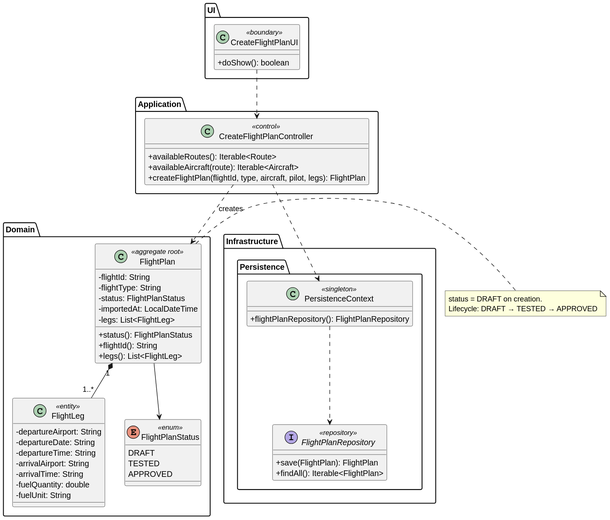
Before: docs/Sprint 3/EAPLI/US080/svg/US080-class-diagram.svg, a diagram exported from PlantUML (DuartePinto1240/sem4pi2526-sem4pi2526_2da2).
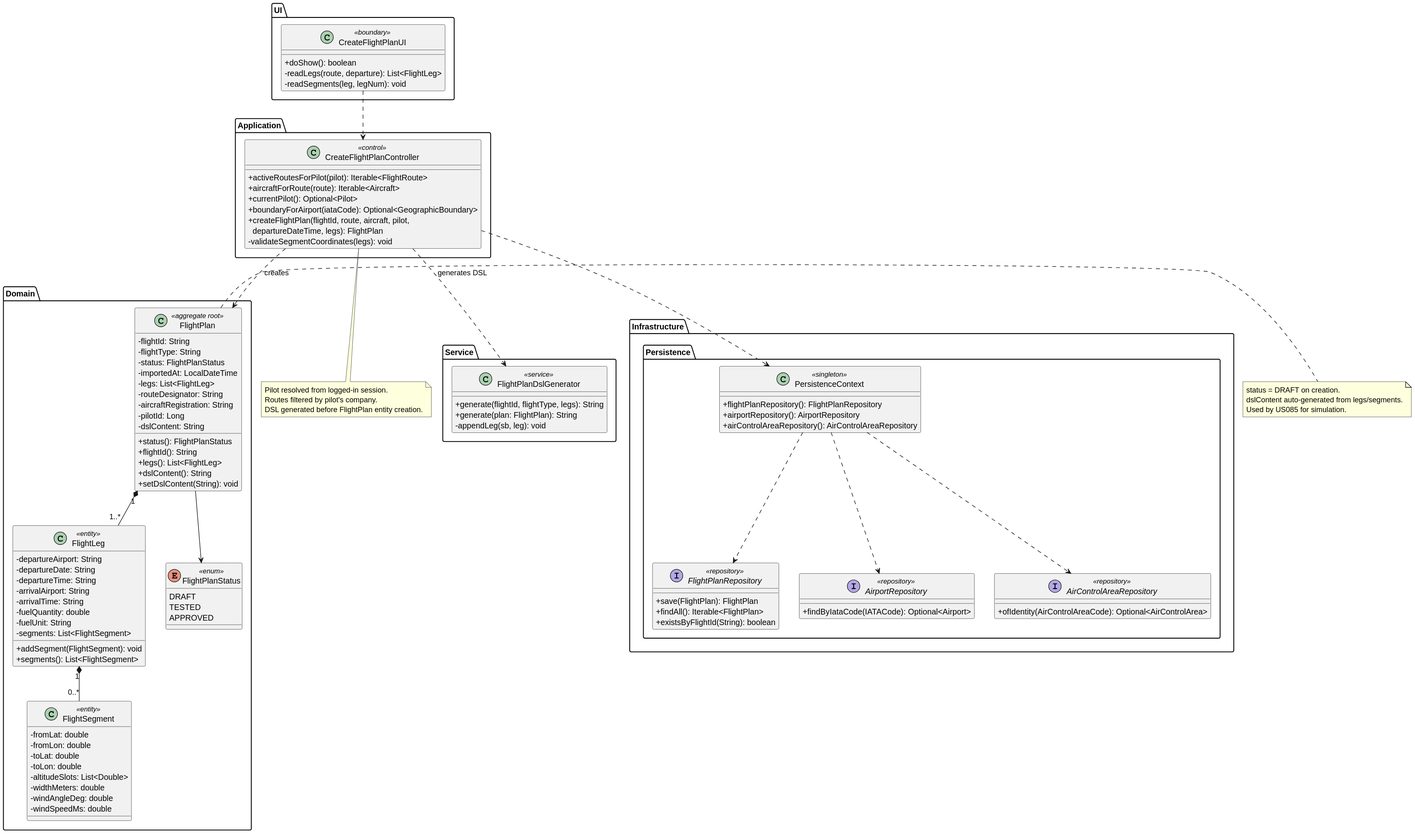
After the commit.

What changed in the source:
```diff
@@ -4,14 +4,19 @@
 package "UI" {
   class CreateFlightPlanUI <<boundary>> {
     +doShow(): boolean
+    -readLegs(route, departure): List<FlightLeg>
+    -readSegments(leg, legNum): void
   }
 }
 
 package "Application" {
   class CreateFlightPlanController <<control>> {
-    +availableRoutes(): Iterable<Route>
-    +availableAircraft(route): Iterable<Aircraft>
-    +createFlightPlan(flightId, type, aircraft, pilot, legs): FlightPlan
+    +activeRoutesForPilot(pilot): Iterable<FlightRoute>
+    +aircraftForRoute(route): Iterable<Aircraft>
+    +currentPilot(): Optional<Pilot>
+    +boundaryForAirport(iataCode): Optional<GeographicBoundary>
+    +createFlightPlan(flightId, route, aircraft, pilot,\n  departureDateTime, legs): FlightPlan
+    -validateSegmentCoordinates(legs): void
   }
 }
 
@@ -22,9 +27,15 @@
     -status: FlightPlanStatus
     -importedAt: LocalDateTime
     -legs: List<FlightLeg>
+    -routeDesignator: String
+    -aircraftRegistration: String
+    -pilotId: Long
+    -dslContent: String
     +status(): FlightPlanStatus
     +flightId(): String
     +legs(): List<FlightLeg>
+    +dslContent(): String
+    +setDslContent(String): void
   }
   class FlightLeg <<entity>> {
     -departureAirport: String
@@ -34,6 +45,19 @@
     -arrivalTime: String
     -fuelQuantity: double
     -fuelUnit: String
+    -segments: List<FlightSegment>
+    +addSegment(FlightSegment): void
+    +segments(): List<FlightSegment>
+  }
+  class FlightSegment <<entity>> {
+    -fromLat: double
+    -fromLon: double
+    -toLat: double
+    -toLon: double
+    -altitudeSlots: List<Double>
+    -widthMeters: double
+    -windAngleDeg: double
+    -windSpeedMs: double
   }
   enum FlightPlanStatus <<enum>> {
     DRAFT
@@ -42,25 +66,53 @@
   }
 }
 
+package "Service" {
+  class FlightPlanDslGenerator <<service>> {
+    +generate(flightId, flightType, legs): String
+    +generate(plan: FlightPlan): String
+    -appendLeg(sb, leg): void
+  }
+}
+
 package "Infrastructure.Persistence" {
   class PersistenceContext <<singleton>> {
     +flightPlanRepository(): FlightPlanRepository
+    +airportRepository(): AirportRepository
+    +airControlAreaRepository(): AirControlAreaRepository
   }
   interface FlightPlanRepository <<repository>> {
     +save(FlightPlan): FlightPlan
     +findAll(): Iterable<FlightPlan>
+    +existsByFlightId(String): boolean
+  }
+  interface AirportRepository <<repository>> {
+    +findByIataCode(IATACode): Optional<Airport>
+  }
+  interface AirControlAreaRepository <<repository>> {
+    +ofIdentity(AirControlAreaCode): Optional<AirControlArea>
   }
 }
 
 CreateFlightPlanUI ..> CreateFlightPlanController
+CreateFlightPlanController ..> FlightPlanDslGenerator : generates DSL
 CreateFlightPlanController ..> FlightPlan : creates
 CreateFlightPlanController ..> PersistenceContext
 FlightPlan "1" *-- "1..*" FlightLeg
+FlightLeg "1" *-- "0..*" FlightSegment
 FlightPlan --> FlightPlanStatus
 PersistenceContext ..> FlightPlanRepository
+PersistenceContext ..> AirportRepository
+PersistenceContext ..> AirControlAreaRepository
 
 note right of FlightPlan
   status = DRAFT on creation.
-  Lifecycle: DRAFT → TESTED → APPROVED
+  dslContent auto-generated from legs/segments.
+  Used by US085 for simulation.
+end note
+
+note bottom of CreateFlightPlanController
+  Pilot resolved from logged-in session.
+  Routes filtered by pilot's company.
+  DSL generated before FlightPlan entity creation.
 end note
 @enduml
```
